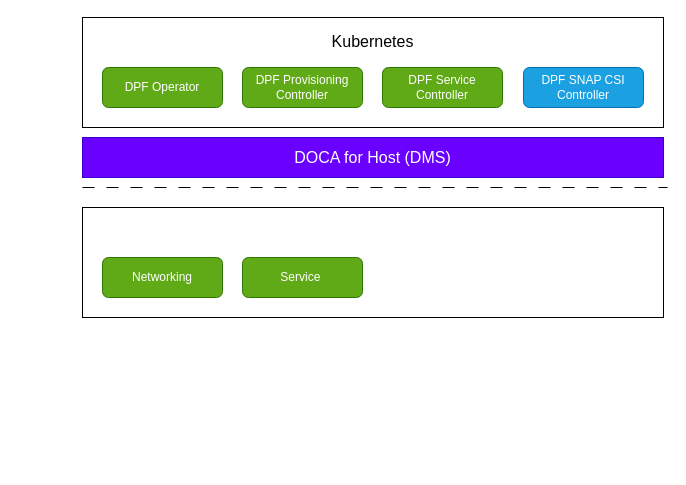
wpeng102/draw keeps this draw.io diagram as box/DPF-v1.drawio. Above is the earlier version. Source tidied: cells renumbered, new cells numbered last; positions are measured from the earlier drawing's top-left corner, leaving out a move shared by most shapes. Both pictures are drawn from the tidied source at 100%, with x=0, y=0 at pixel (82, 17).
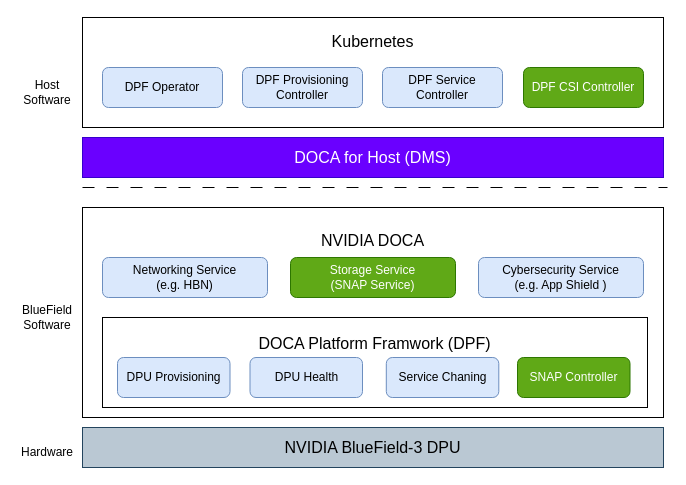
After the change.

Change to the diagram source:
```diff
@@
-    <mxCell id="3" value="DPF Operator" style="rounded=1;whiteSpace=wrap;html=1;fillColor=#60a917;strokeColor=#2D7600;fontColor=#ffffff;" parent="1" vertex="1">
+    <mxCell id="3" value="DPF Operator" style="rounded=1;whiteSpace=wrap;html=1;fillColor=#dae8fc;strokeColor=#6c8ebf;" parent="1" vertex="1">
       <mxGeometry x="20" y="50" width="120" height="40" as="geometry" />
     </mxCell>
-    <mxCell id="4" value="DPF Provisioning Controller" style="rounded=1;whiteSpace=wrap;html=1;fillColor=#60a917;strokeColor=#2D7600;fontColor=#ffffff;" parent="1" vertex="1">
+    <mxCell id="4" value="DPF Provisioning Controller" style="rounded=1;whiteSpace=wrap;html=1;fillColor=#dae8fc;strokeColor=#6c8ebf;" parent="1" vertex="1">
       <mxGeometry x="160" y="50" width="120" height="40" as="geometry" />
     </mxCell>
-    <mxCell id="5" value="DPF Service Controller" style="rounded=1;whiteSpace=wrap;html=1;fillColor=#60a917;strokeColor=#2D7600;fontColor=#ffffff;" parent="1" vertex="1">
+    <mxCell id="5" value="DPF Service Controller" style="rounded=1;whiteSpace=wrap;html=1;fillColor=#dae8fc;strokeColor=#6c8ebf;" parent="1" vertex="1">
       <mxGeometry x="300" y="50" width="120" height="40" as="geometry" />
     </mxCell>
-    <mxCell id="6" value="DPF SNAP CSI Controller" style="rounded=1;whiteSpace=wrap;html=1;fillColor=#1ba1e2;fontColor=#ffffff;strokeColor=#006EAF;" parent="1" vertex="1">
+    <mxCell id="6" value="DPF CSI Controller" style="rounded=1;whiteSpace=wrap;html=1;fillColor=#60a917;strokeColor=#2D7600;fontColor=#ffffff;" parent="1" vertex="1">
       <mxGeometry x="441" y="50" width="120" height="40" as="geometry" />
     </mxCell>
@@
-    <mxCell id="9" style="rounded=0;whiteSpace=wrap;html=1;" parent="1" vertex="1">
-      <mxGeometry y="190" width="581" height="110" as="geometry" />
+    <mxCell id="9" value="&lt;font style=&quot;font-size: 16px;&quot;&gt;NVIDIA DOCA&lt;/font&gt;&lt;div&gt;&lt;span style=&quot;font-size: 16px;&quot;&gt;&lt;br&gt;&lt;/span&gt;&lt;/div&gt;&lt;div&gt;&lt;span style=&quot;font-size: 16px;&quot;&gt;&lt;br&gt;&lt;/span&gt;&lt;/div&gt;&lt;div&gt;&lt;br&gt;&lt;/div&gt;&lt;div&gt;&lt;span style=&quot;font-size: 16px;&quot;&gt;&lt;br&gt;&lt;/span&gt;&lt;div&gt;&lt;font style=&quot;font-size: 16px;&quot;&gt;&lt;br&gt;&lt;/font&gt;&lt;/div&gt;&lt;div&gt;&lt;font style=&quot;font-size: 16px;&quot;&gt;&lt;br&gt;&lt;/font&gt;&lt;/div&gt;&lt;div&gt;&lt;font style=&quot;font-size: 16px;&quot;&gt;&lt;br&gt;&lt;/font&gt;&lt;/div&gt;&lt;div&gt;&lt;br&gt;&lt;/div&gt;&lt;/div&gt;" style="rounded=0;whiteSpace=wrap;html=1;" parent="1" vertex="1">
+      <mxGeometry y="190" width="581" height="210" as="geometry" />
     </mxCell>
-    <mxCell id="10" value="Networking" style="rounded=1;whiteSpace=wrap;html=1;fillColor=#60a917;strokeColor=#2D7600;fontColor=#ffffff;" parent="1" vertex="1">
-      <mxGeometry x="20" y="240" width="120" height="40" as="geometry" />
+    <mxCell id="10" value="Networking Service&lt;div&gt;(e.g. HBN)&lt;/div&gt;" style="rounded=1;whiteSpace=wrap;html=1;fillColor=#dae8fc;strokeColor=#6c8ebf;" parent="1" vertex="1">
+      <mxGeometry x="20" y="240" width="165" height="40" as="geometry" />
     </mxCell>
-    <mxCell id="11" value="Service&amp;nbsp;" style="rounded=1;whiteSpace=wrap;html=1;fillColor=#60a917;strokeColor=#2D7600;fontColor=#ffffff;" parent="1" vertex="1">
-      <mxGeometry x="160" y="240" width="120" height="40" as="geometry" />
-    </mxCell>
+    <mxCell id="12" value="&lt;span style=&quot;font-size: 16px;&quot;&gt;NVIDIA BlueField-3 DPU&lt;/span&gt;" style="rounded=0;whiteSpace=wrap;html=1;fillColor=#bac8d3;strokeColor=#23445d;" parent="1" vertex="1">
+      <mxGeometry y="410" width="581" height="40" as="geometry" />
+    </mxCell>
+    <mxCell id="13" value="Storage Service&lt;div&gt;(SNAP Service)&lt;/div&gt;" style="rounded=1;whiteSpace=wrap;html=1;fillColor=#60a917;strokeColor=#2D7600;fontColor=#ffffff;" parent="1" vertex="1">
+      <mxGeometry x="208" y="240" width="165" height="40" as="geometry" />
+    </mxCell>
+    <mxCell id="14" value="Cybersecurity Service&lt;div&gt;(e.g. App Shield )&lt;/div&gt;" style="rounded=1;whiteSpace=wrap;html=1;fillColor=#dae8fc;strokeColor=#6c8ebf;" parent="1" vertex="1">
+      <mxGeometry x="396" y="240" width="165" height="40" as="geometry" />
+    </mxCell>
+    <mxCell id="15" value="&lt;span style=&quot;font-size: 16px;&quot;&gt;DOCA Platform Framwork (DPF)&lt;/span&gt;&lt;div&gt;&lt;span style=&quot;font-size: 16px;&quot;&gt;&lt;br&gt;&lt;/span&gt;&lt;/div&gt;&lt;div&gt;&lt;span style=&quot;font-size: 16px;&quot;&gt;&lt;br&gt;&lt;/span&gt;&lt;/div&gt;" style="rounded=0;whiteSpace=wrap;html=1;" parent="1" vertex="1">
+      <mxGeometry x="20" y="300" width="545" height="90" as="geometry" />
+    </mxCell>
+    <mxCell id="16" value="DPU Provisioning" style="rounded=1;whiteSpace=wrap;html=1;fillColor=#dae8fc;strokeColor=#6c8ebf;" parent="1" vertex="1">
+      <mxGeometry x="35" y="340" width="112.5" height="40" as="geometry" />
+    </mxCell>
+    <mxCell id="17" value="DPU Health" style="rounded=1;whiteSpace=wrap;html=1;fillColor=#dae8fc;strokeColor=#6c8ebf;" parent="1" vertex="1">
+      <mxGeometry x="167.5" y="340" width="112.5" height="40" as="geometry" />
+    </mxCell>
+    <mxCell id="18" value="Service Chaning" style="rounded=1;whiteSpace=wrap;html=1;fillColor=#dae8fc;strokeColor=#6c8ebf;" parent="1" vertex="1">
+      <mxGeometry x="303.8" y="340" width="112.5" height="40" as="geometry" />
+    </mxCell>
+    <mxCell id="19" value="SNAP Controller" style="rounded=1;whiteSpace=wrap;html=1;fillColor=#60a917;strokeColor=#2D7600;fontColor=#ffffff;" parent="1" vertex="1">
+      <mxGeometry x="435" y="340" width="112.5" height="40" as="geometry" />
+    </mxCell>
+    <mxCell id="20" value="Host Software" style="text;html=1;align=center;verticalAlign=middle;whiteSpace=wrap;rounded=0;" parent="1" vertex="1">
+      <mxGeometry x="-65" y="60" width="60" height="30" as="geometry" />
+    </mxCell>
+    <mxCell id="21" value="BlueField Software" style="text;html=1;align=center;verticalAlign=middle;whiteSpace=wrap;rounded=0;" parent="1" vertex="1">
+      <mxGeometry x="-65" y="285" width="60" height="30" as="geometry" />
+    </mxCell>
+    <mxCell id="22" value="Hardware" style="text;html=1;align=center;verticalAlign=middle;whiteSpace=wrap;rounded=0;" parent="1" vertex="1">
+      <mxGeometry x="-65" y="420" width="60" height="30" as="geometry" />
+    </mxCell>
```
